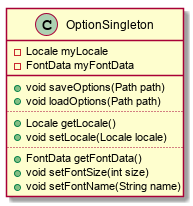
Above: 2-Entwurf/Diagramme/OptionsClassDiagram.png in osl2/DAQ-Documents (PlantUML), before the change.
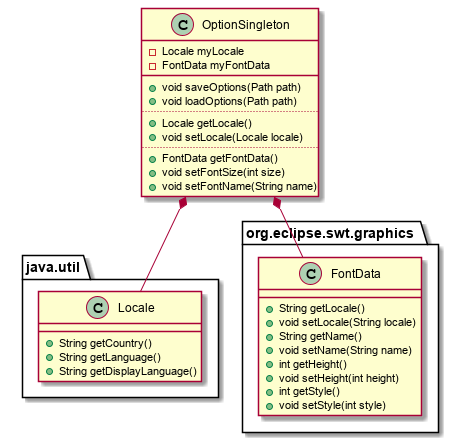
Above is the later version.

Commit message:
optionen erweitert

What changed in the source:
```diff
@@ -15,4 +15,28 @@
 	+ void setFontName(String name)
 }
 
+package java.util {
+class Locale {
+	+ String getCountry()
+	+ String getLanguage()
+	+ String getDisplayLanguage()
+}
+}
+
+package org.eclipse.swt.graphics {
+class FontData {
+	+ String getLocale()
+	+ void setLocale(String locale)
+	+ String getName()
+	+ void setName(String name)
+	+ int getHeight()
+	+ void setHeight(int height)
+	+ int getStyle()
+	+ void setStyle(int style)
+}
+}
+
+OptionSingleton *-- Locale
+OptionSingleton *-- FontData
+
 @enduml
```
